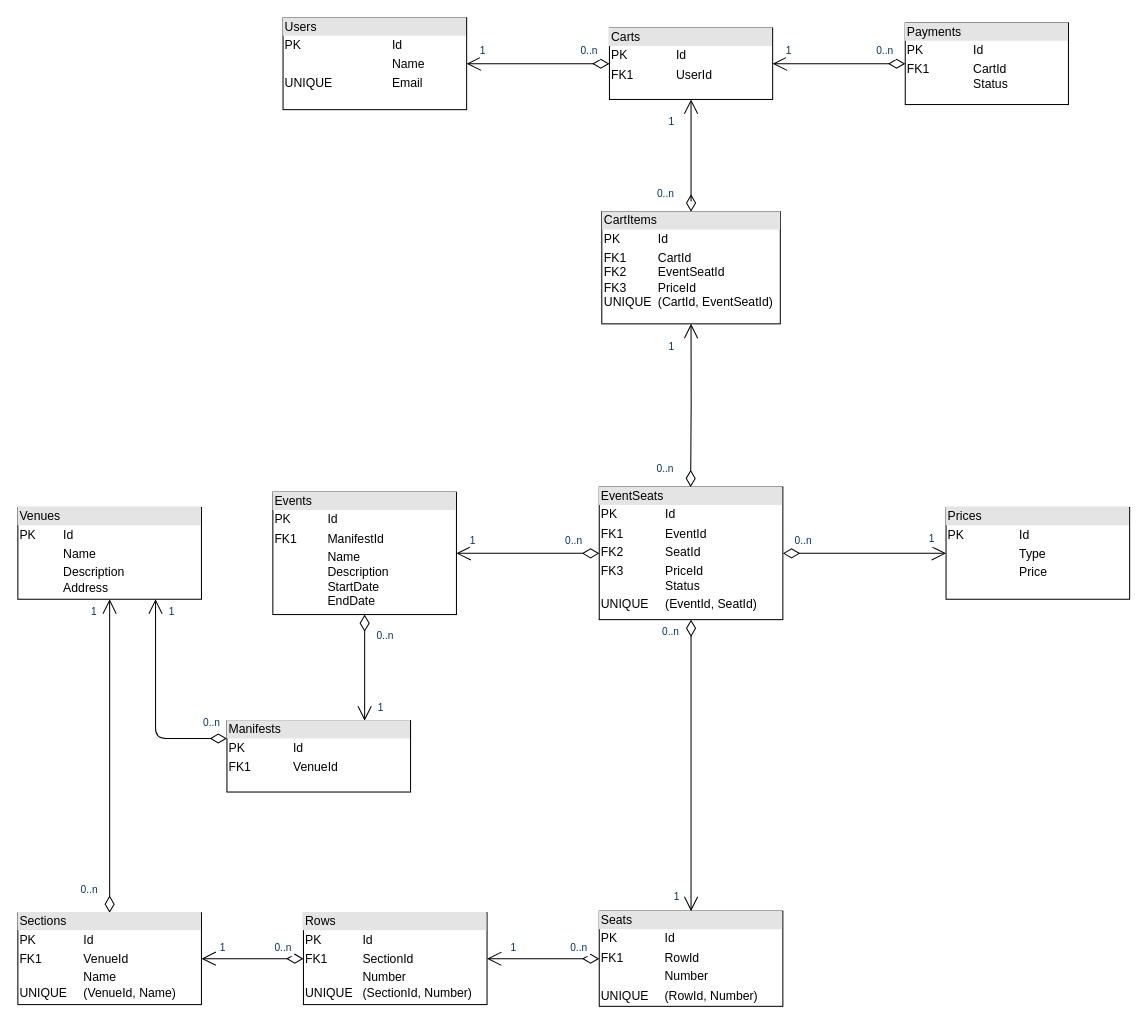
PrimoTibalt/IntermediatePlusMentoring keeps this draw.io diagram as page "DatabaseRelationsDiagram" (4 of 4) of docs/Diagrams.drawio. Above is the earlier version. Source tidied: cells renumbered, new cells numbered last; positions are measured from the earlier drawing's top-left corner, leaving out a move shared by most shapes. Both pictures are drawn from the tidied source at 102%, with x=0, y=0 at pixel (17, 17).
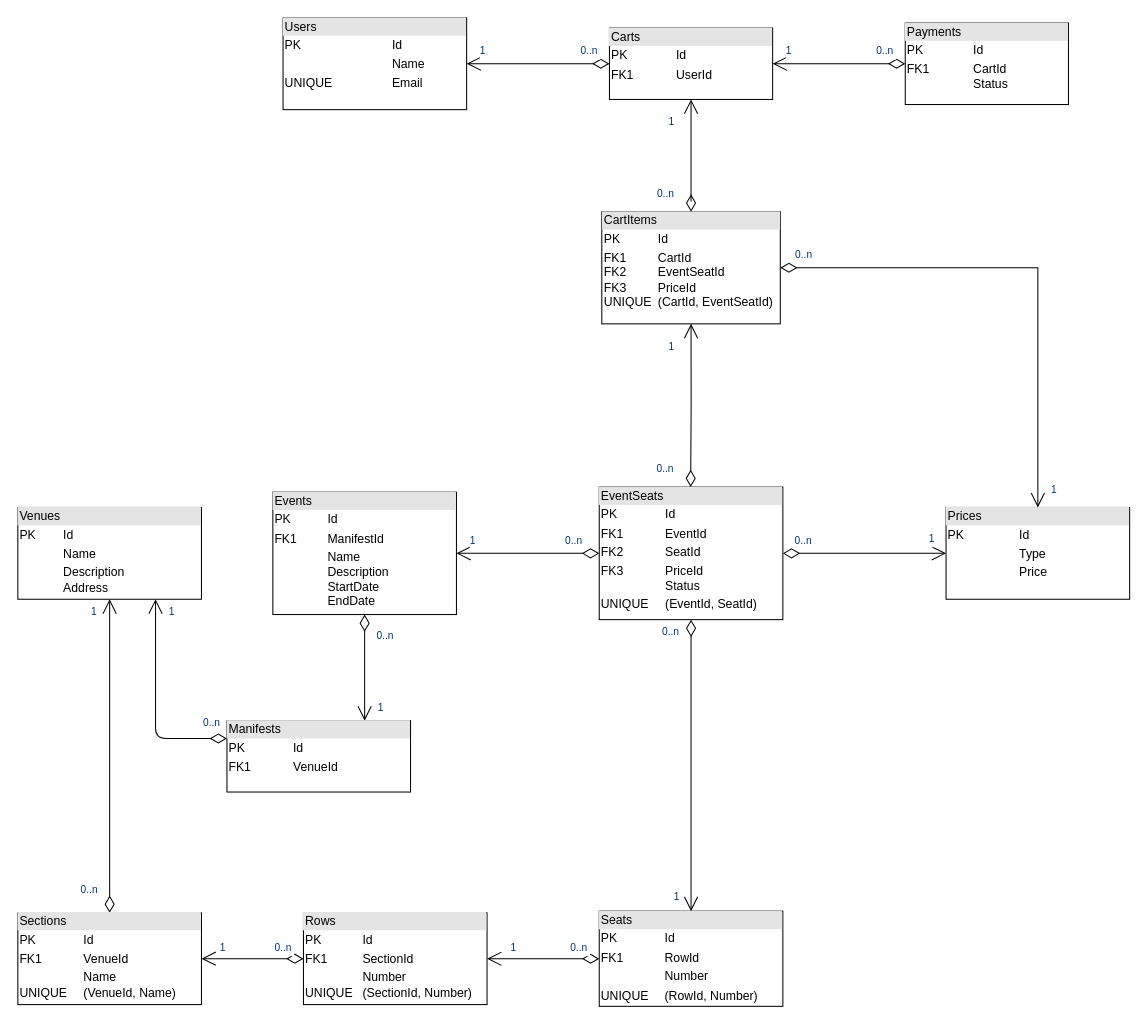
Above is the later version.

Commit message:
Fix price relationshi on database relations diagram./DAL

Unchanged cells that the change refers to:
```xml
<mxCell id="17" value="&lt;div style=&quot;box-sizing:border-box;width:100%;background:#e4e4e4;padding:2px;&quot;&gt;Prices&lt;/div&gt;&lt;table style=&quot;width:100%;font-size:1em;&quot; cellpadding=&quot;2&quot; cellspacing=&quot;0&quot;&gt;&lt;tbody&gt;&lt;tr&gt;&lt;td&gt;PK&lt;/td&gt;&lt;td&gt;Id&lt;/td&gt;&lt;/tr&gt;&lt;tr&gt;&lt;td&gt;&lt;br&gt;&lt;/td&gt;&lt;td&gt;Type&lt;/td&gt;&lt;/tr&gt;&lt;tr&gt;&lt;td&gt;&lt;/td&gt;&lt;td&gt;Price&lt;/td&gt;&lt;/tr&gt;&lt;/tbody&gt;&lt;/table&gt;" style="verticalAlign=top;align=left;overflow=fill;html=1;whiteSpace=wrap;" parent="1" vertex="1">
  <mxGeometry x="910" y="480" width="180" height="90" as="geometry" />
</mxCell>
<mxCell id="44" value="&lt;div style=&quot;box-sizing:border-box;width:100%;background:#e4e4e4;padding:2px;&quot;&gt;CartItems&lt;/div&gt;&lt;table style=&quot;width:100%;font-size:1em;&quot; cellpadding=&quot;2&quot; cellspacing=&quot;0&quot;&gt;&lt;tbody&gt;&lt;tr&gt;&lt;td&gt;PK&lt;/td&gt;&lt;td&gt;Id&lt;/td&gt;&lt;/tr&gt;&lt;tr&gt;&lt;td&gt;FK1&lt;br&gt;FK2&lt;br&gt;FK3&lt;br&gt;UNIQUE&lt;/td&gt;&lt;td&gt;CartId&lt;br&gt;EventSeatId&lt;br&gt;PriceId&lt;br&gt;(CartId, EventSeatId)&lt;/td&gt;&lt;/tr&gt;&lt;/tbody&gt;&lt;/table&gt;" style="verticalAlign=top;align=left;overflow=fill;html=1;whiteSpace=wrap;" parent="1" vertex="1">
  <mxGeometry x="572.5" y="190" width="175" height="110" as="geometry" />
</mxCell>
```

Diff of the diagram source:
```diff
@@
+    <mxCell id="51" style="endArrow=open;endSize=12;startArrow=diamondThin;startSize=14;startFill=0;edgeStyle=orthogonalEdgeStyle;rounded=0;exitX=1;exitY=0.5;exitDx=0;exitDy=0;entryX=0.5;entryY=0;entryDx=0;entryDy=0;endFill=0;" parent="1" edge="1" source="44" target="17">
+      <mxGeometry x="419.4" y="820" as="geometry" />
+    </mxCell>
+    <mxCell id="52" value="0..n" style="align=left;verticalAlign=top;labelBackgroundColor=#ffffff;fontSize=10;strokeColor=#003366;shadow=1;fillColor=#D4E1F5;fontColor=#003366;" parent="51" vertex="1">
+      <mxGeometry x="-1" relative="1" as="geometry">
+        <mxPoint x="13" y="-25" as="offset" />
+      </mxGeometry>
+    </mxCell>
+    <mxCell id="53" value="1" style="align=right;verticalAlign=top;labelBackgroundColor=#ffffff;fontSize=10;strokeColor=#003366;shadow=1;fillColor=#D4E1F5;fontColor=#003366;" parent="51" vertex="1">
+      <mxGeometry x="1" relative="1" as="geometry">
+        <mxPoint x="20" y="-30" as="offset" />
+      </mxGeometry>
+    </mxCell>
```
